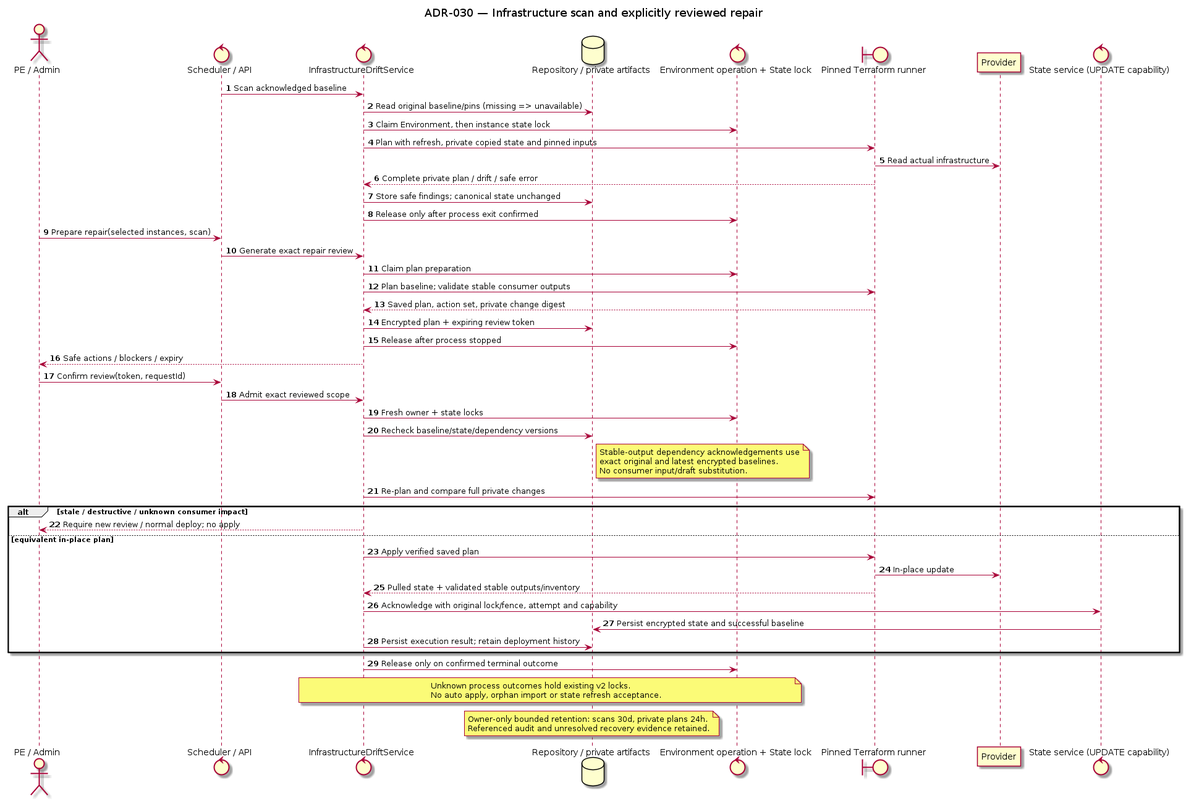
pr3s3nt/poc keeps this PlantUML diagram as orchestrator_docs/architecture/components/infrastructure-drift-sequence.png. Above is the earlier version. Its source is kept beside it as orchestrator_docs/architecture/components/infrastructure-drift-sequence.puml. Its diagram source:
```plantuml
@startuml
title ADR-030 — Infrastructure scan and explicitly reviewed repair
autonumber
actor "PE / Admin" as User
control "Scheduler / API" as Trigger
control "InfrastructureDriftService" as Service
database "Repository / private artifacts" as DB
control "Environment operation + State lock" as Lock
boundary "Pinned Terraform runner" as TF
participant "Provider" as Provider
control "State service (UPDATE capability)" as State
Trigger -> Service: Scan acknowledged baseline
Service -> DB: Read original baseline/pins (missing => unavailable)
Service -> Lock: Claim Environment, then instance state lock
Service -> TF: Plan with refresh, private copied state and pinned inputs
TF -> Provider: Read actual infrastructure
TF --> Service: Complete private plan / drift / safe error
Service -> DB: Store safe findings; canonical state unchanged
Service -> Lock: Release only after process exit confirmed
User -> Trigger: Prepare repair(selected instances, scan)
Trigger -> Service: Generate exact repair review
Service -> Lock: Claim plan preparation
Service -> TF: Plan baseline; validate stable consumer outputs
TF --> Service: Saved plan, action set, private change digest
Service -> DB: Encrypted plan + expiring review token
Service -> Lock: Release after process stopped
Service --> User: Safe actions / blockers / expiry
User -> Trigger: Confirm review(token, requestId)
Trigger -> Service: Admit exact reviewed scope
Service -> Lock: Fresh owner + state locks
Service -> DB: Recheck baseline/state/dependency versions
note right of DB
Stable-output dependency acknowledgements use
exact original and latest encrypted baselines.
No consumer input/draft substitution.
end note
Service -> TF: Re-plan and compare full private changes
alt stale / destructive / unknown consumer impact
  Service --> User: Require new review / normal deploy; no apply
else equivalent in-place plan
  Service -> TF: Apply verified saved plan
  TF -> Provider: In-place update
  TF --> Service: Pulled state + validated stable outputs/inventory
  Service -> State: Acknowledge with original lock/fence, attempt and capability
  State -> DB: Persist encrypted state and successful baseline
  Service -> DB: Persist execution result; retain deployment history
end
Service -> Lock: Release only on confirmed terminal outcome
note over Service, Lock
Unknown process outcomes hold existing v2 locks.
No auto apply, orphan import or state refresh acceptance.
end note
note over DB
Owner-only bounded retention: scans 30d, private plans 24h.
Referenced audit and unresolved recovery evidence retained.
end note
@enduml
```
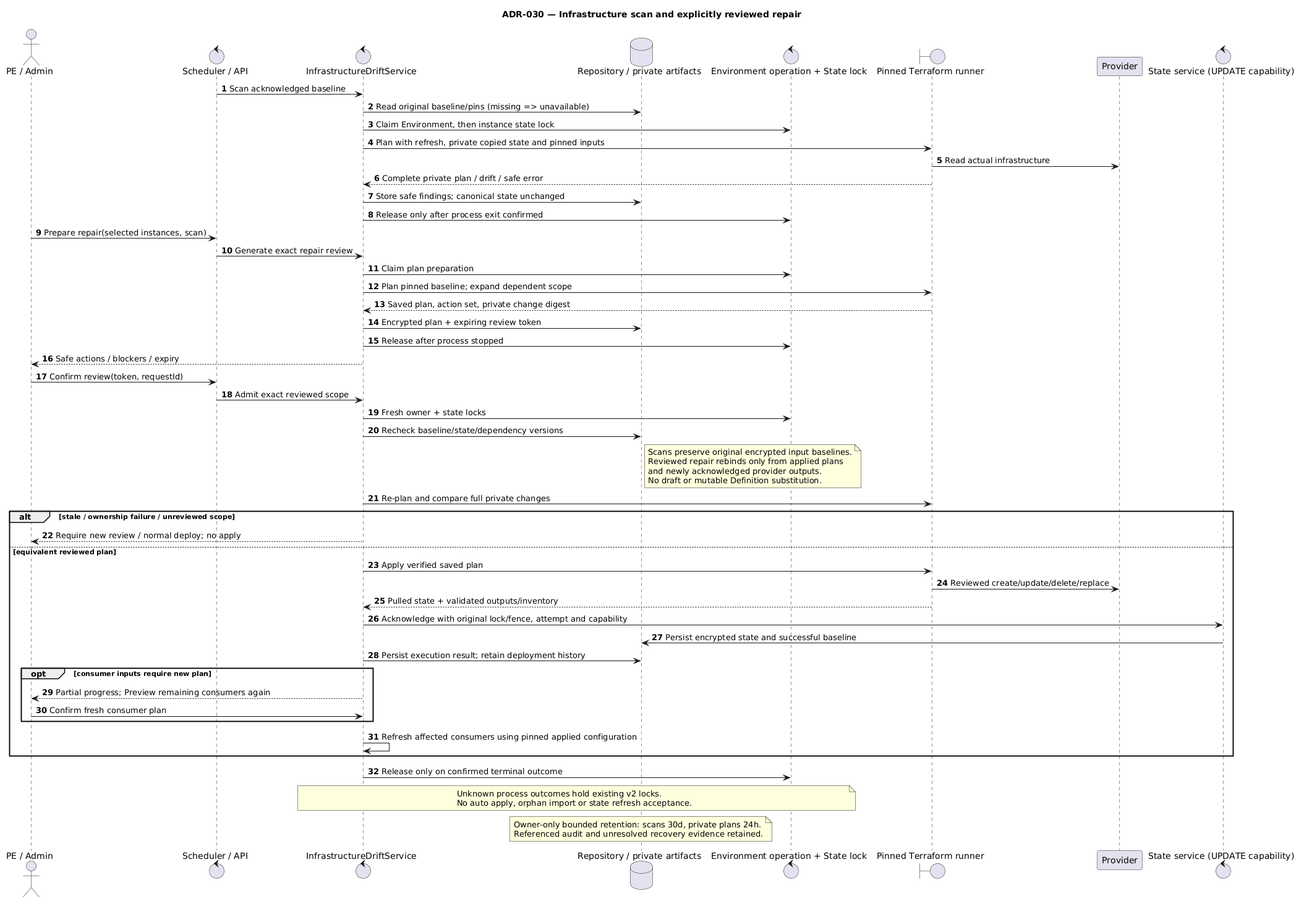
After the change.

The edit, as a diff of the source:
```diff
@@ -20,7 +20,7 @@
 User -> Trigger: Prepare repair(selected instances, scan)
 Trigger -> Service: Generate exact repair review
 Service -> Lock: Claim plan preparation
-Service -> TF: Plan baseline; validate stable consumer outputs
+Service -> TF: Plan pinned baseline; expand dependent scope
 TF --> Service: Saved plan, action set, private change digest
 Service -> DB: Encrypted plan + expiring review token
 Service -> Lock: Release after process stopped
@@ -30,20 +30,26 @@
 Service -> Lock: Fresh owner + state locks
 Service -> DB: Recheck baseline/state/dependency versions
 note right of DB
-Stable-output dependency acknowledgements use
-exact original and latest encrypted baselines.
-No consumer input/draft substitution.
+Scans preserve original encrypted input baselines.
+Reviewed repair rebinds only from applied plans
+and newly acknowledged provider outputs.
+No draft or mutable Definition substitution.
 end note
 Service -> TF: Re-plan and compare full private changes
-alt stale / destructive / unknown consumer impact
+alt stale / ownership failure / unreviewed scope
   Service --> User: Require new review / normal deploy; no apply
-else equivalent in-place plan
+else equivalent reviewed plan
   Service -> TF: Apply verified saved plan
-  TF -> Provider: In-place update
-  TF --> Service: Pulled state + validated stable outputs/inventory
+  TF -> Provider: Reviewed create/update/delete/replace
+  TF --> Service: Pulled state + validated outputs/inventory
   Service -> State: Acknowledge with original lock/fence, attempt and capability
   State -> DB: Persist encrypted state and successful baseline
   Service -> DB: Persist execution result; retain deployment history
+  opt consumer inputs require new plan
+    Service --> User: Partial progress; Preview remaining consumers again
+    User -> Service: Confirm fresh consumer plan
+  end
+  Service -> Service: Refresh affected consumers using pinned applied configuration
 end
 Service -> Lock: Release only on confirmed terminal outcome
 note over Service, Lock
```
